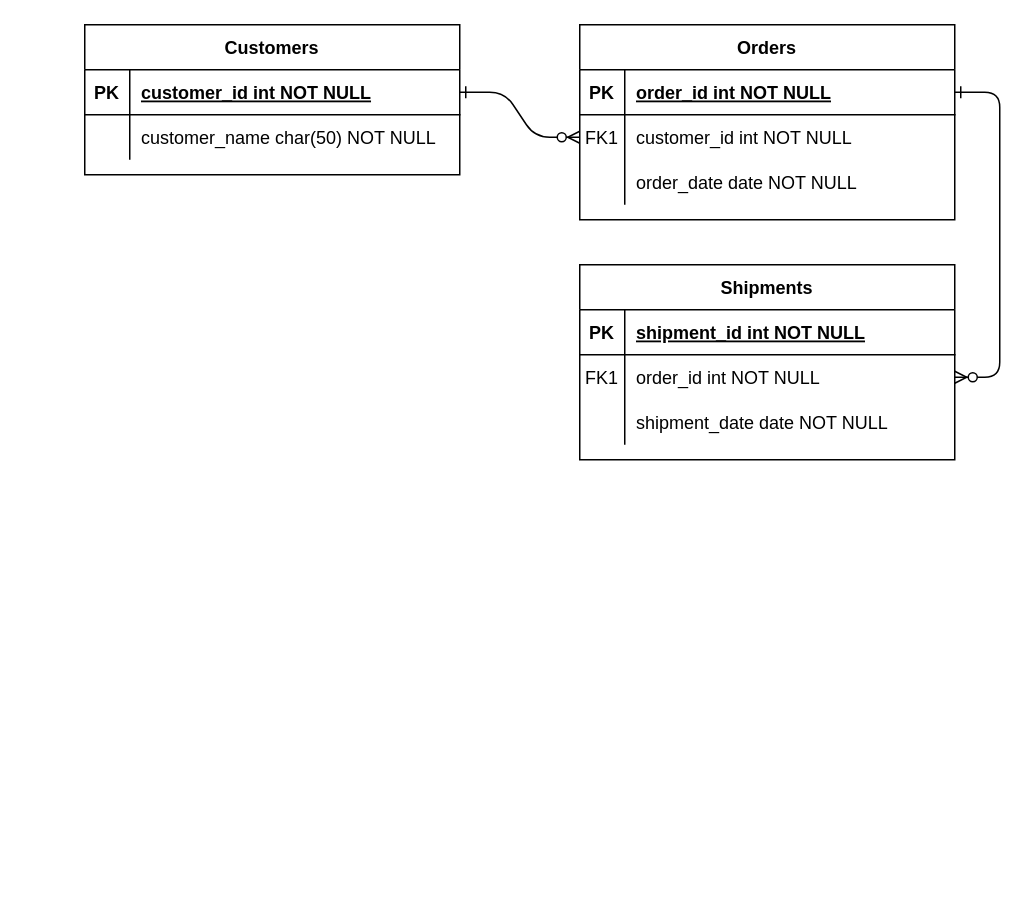
Before: Untitled Diagram.drawio in EquisBrea/ViajesYTurismo, a draw.io diagram. Source tidied: cells renumbered, new cells numbered last; positions are measured from the earlier drawing's top-left corner, leaving out a move shared by most shapes. Both pictures are drawn from the tidied source at 150%, with x=0, y=0 at pixel (84, 24).
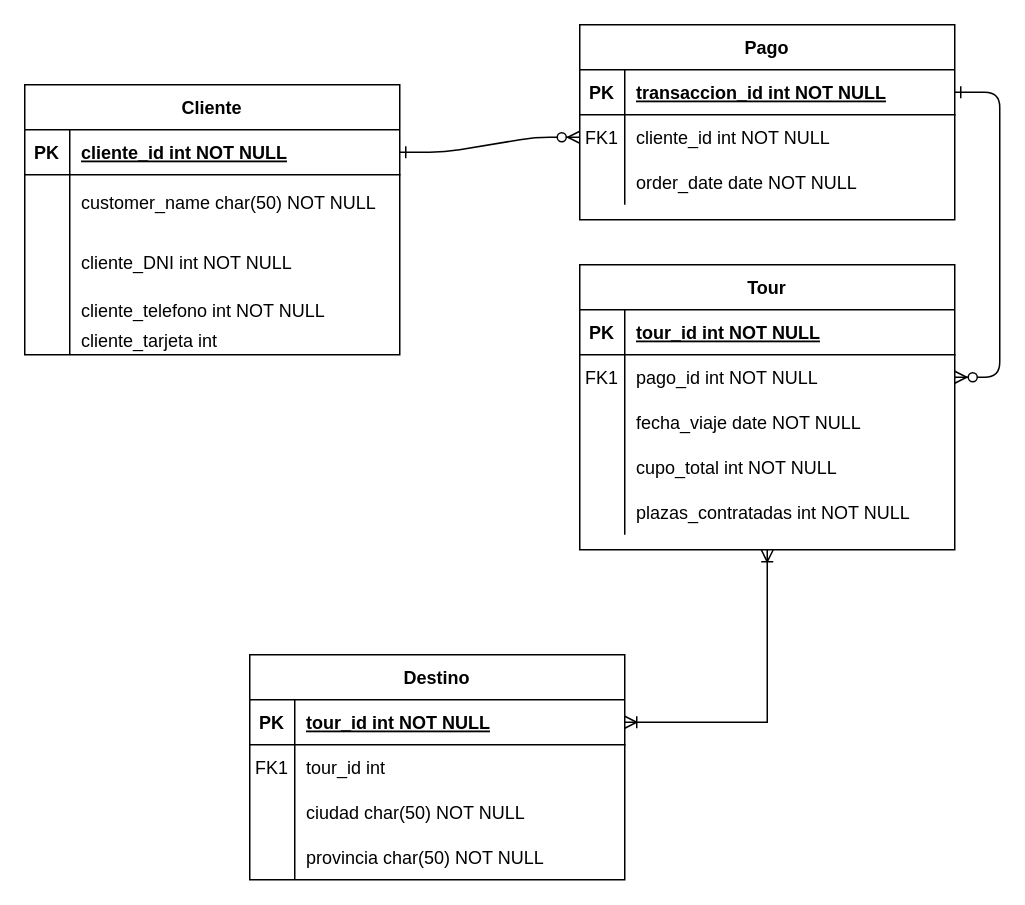
After the change.

Unchanged cells that the change refers to:
```xml
<mxCell id="5" style="shape=partialRectangle;fillColor=none;points=[[0,0.5],[1,0.5]];portConstraint=eastwest;top=0;left=0;right=0;bottom=1;" parent="4" vertex="1">
  <mxGeometry y="30" width="250" height="30" as="geometry" />
</mxCell>
<mxCell id="8" style="shape=partialRectangle;fillColor=none;points=[[0,0.5],[1,0.5]];portConstraint=eastwest;top=0;left=0;right=0;bottom=0;" parent="4" vertex="1">
  <mxGeometry y="60" width="250" height="30" as="geometry" />
</mxCell>
<mxCell id="15" style="shape=partialRectangle;fillColor=none;top=0;left=0;right=0;bottom=1;" parent="14" vertex="1">
  <mxGeometry y="30" width="250" height="30" as="geometry" />
</mxCell>
<mxCell id="18" style="shape=partialRectangle;fillColor=none;points=[[0,0.5],[1,0.5]];portConstraint=eastwest;top=0;left=0;right=0;bottom=0;" parent="14" vertex="1">
  <mxGeometry y="60" width="250" height="30" as="geometry" />
</mxCell>
<mxCell id="21" style="shape=partialRectangle;fillColor=none;points=[[0,0.5],[1,0.5]];portConstraint=eastwest;top=0;left=0;right=0;bottom=0;" parent="14" vertex="1">
  <mxGeometry y="90" width="250" height="30" as="geometry" />
</mxCell>
<mxCell id="25" style="shape=partialRectangle;fillColor=none;points=[[0,0.5],[1,0.5]];portConstraint=eastwest;top=0;left=0;right=0;bottom=1;" parent="24" vertex="1">
  <mxGeometry y="30" width="250" height="30" as="geometry" />
</mxCell>
```

Diff of the diagram source:
```diff
@@
-    <mxCell id="4" value="Orders" style="shape=table;startSize=30;childLayout=tableLayout;rowLines=0;fontStyle=1;align=center;" parent="1" vertex="1">
+    <mxCell id="4" value="Pago" style="shape=table;startSize=30;childLayout=tableLayout;rowLines=0;fontStyle=1;align=center;" parent="1" vertex="1">
       <mxGeometry x="330" width="250" height="130" as="geometry" />
     </mxCell>
@@
-    <mxCell id="7" value="order_id int NOT NULL " style="shape=partialRectangle;overflow=hidden;fillColor=none;top=0;left=0;bottom=0;right=0;align=left;spacingLeft=6;fontStyle=5;" parent="5" vertex="1">
+    <mxCell id="7" value="transaccion_id int NOT NULL " style="shape=partialRectangle;overflow=hidden;fillColor=none;top=0;left=0;bottom=0;right=0;align=left;spacingLeft=6;fontStyle=5;" parent="5" vertex="1">
       <mxGeometry x="30" width="220" height="30" as="geometry" />
     </mxCell>
@@
-    <mxCell id="10" value="customer_id int NOT NULL" style="shape=partialRectangle;overflow=hidden;fillColor=none;top=0;left=0;bottom=0;right=0;align=left;spacingLeft=6;" parent="8" vertex="1">
+    <mxCell id="10" value="cliente_id int NOT NULL" style="shape=partialRectangle;overflow=hidden;fillColor=none;top=0;left=0;bottom=0;right=0;align=left;spacingLeft=6;" parent="8" vertex="1">
       <mxGeometry x="30" width="220" height="30" as="geometry" />
     </mxCell>
@@
+    <mxCell id="31" style="edgeStyle=orthogonalEdgeStyle;rounded=0;jettySize=auto;html=1;endArrow=ERoneToMany;endFill=0;startArrow=ERoneToMany;startFill=0;" parent="1" edge="1" source="14" target="49">
+      <mxGeometry relative="1" as="geometry" />
+    </mxCell>
-    <mxCell id="14" value="Shipments" style="shape=table;startSize=30;childLayout=tableLayout;rowLines=0;fontStyle=1;align=center;" parent="1" vertex="1">
-      <mxGeometry x="330" y="160" width="250" height="130" as="geometry" />
+    <mxCell id="14" value="Tour" style="shape=table;startSize=30;childLayout=tableLayout;rowLines=0;fontStyle=1;align=center;" parent="1" vertex="1">
+      <mxGeometry x="330" y="160" width="250" height="190" as="geometry" />
     </mxCell>
@@
-    <mxCell id="17" value="shipment_id int NOT NULL " style="shape=partialRectangle;overflow=hidden;fillColor=none;top=0;left=0;bottom=0;right=0;align=left;spacingLeft=6;fontStyle=5;" parent="15" vertex="1">
+    <mxCell id="17" value="tour_id int NOT NULL " style="shape=partialRectangle;overflow=hidden;fillColor=none;top=0;left=0;bottom=0;right=0;align=left;spacingLeft=6;fontStyle=5;" parent="15" vertex="1">
       <mxGeometry x="30" width="220" height="30" as="geometry" />
     </mxCell>
@@
-    <mxCell id="20" value="order_id int NOT NULL" style="shape=partialRectangle;overflow=hidden;fillColor=none;top=0;left=0;bottom=0;right=0;align=left;spacingLeft=6;" parent="18" vertex="1">
+    <mxCell id="20" value="pago_id int NOT NULL" style="shape=partialRectangle;overflow=hidden;fillColor=none;top=0;left=0;bottom=0;right=0;align=left;spacingLeft=6;" parent="18" vertex="1">
       <mxGeometry x="30" width="220" height="30" as="geometry" />
     </mxCell>
@@
-    <mxCell id="23" value="shipment_date date NOT NULL" style="shape=partialRectangle;overflow=hidden;fillColor=none;top=0;left=0;bottom=0;right=0;align=left;spacingLeft=6;" parent="21" vertex="1">
+    <mxCell id="23" value="fecha_viaje date NOT NULL" style="shape=partialRectangle;overflow=hidden;fillColor=none;top=0;left=0;bottom=0;right=0;align=left;spacingLeft=6;" parent="21" vertex="1">
       <mxGeometry x="30" width="220" height="30" as="geometry" />
     </mxCell>
+    <mxCell id="32" style="shape=partialRectangle;fillColor=none;top=0;left=0;right=0;bottom=0;" parent="14" vertex="1">
+      <mxGeometry y="120" width="250" height="30" as="geometry" />
+    </mxCell>
+    <mxCell id="33" style="shape=partialRectangle;overflow=hidden;fillColor=none;top=0;left=0;bottom=0;right=0;" parent="32" vertex="1">
+      <mxGeometry width="30" height="30" as="geometry" />
+    </mxCell>
+    <mxCell id="34" value="cupo_total int NOT NULL" style="shape=partialRectangle;overflow=hidden;fillColor=none;top=0;left=0;bottom=0;right=0;align=left;spacingLeft=6;" parent="32" vertex="1">
+      <mxGeometry x="30" width="220" height="30" as="geometry" />
+    </mxCell>
+    <mxCell id="35" style="shape=partialRectangle;fillColor=none;top=0;left=0;right=0;bottom=0;" parent="14" vertex="1">
+      <mxGeometry y="150" width="250" height="30" as="geometry" />
+    </mxCell>
+    <mxCell id="36" style="shape=partialRectangle;overflow=hidden;fillColor=none;top=0;left=0;bottom=0;right=0;" parent="35" vertex="1">
+      <mxGeometry width="30" height="30" as="geometry" />
+    </mxCell>
+    <mxCell id="37" value="plazas_contratadas int NOT NULL" style="shape=partialRectangle;overflow=hidden;fillColor=none;top=0;left=0;bottom=0;right=0;align=left;spacingLeft=6;" parent="35" vertex="1">
+      <mxGeometry x="30" width="220" height="30" as="geometry" />
+    </mxCell>
-    <mxCell id="24" value="Customers" style="shape=table;startSize=30;childLayout=tableLayout;rowLines=0;fontStyle=1;align=center;" parent="1" vertex="1">
-      <mxGeometry width="250" height="100" as="geometry" />
+    <mxCell id="24" value="Cliente" style="shape=table;startSize=30;childLayout=tableLayout;rowLines=0;fontStyle=1;align=center;" parent="1" vertex="1">
+      <mxGeometry x="-40" y="40" width="250" height="180" as="geometry" />
     </mxCell>
@@
-    <mxCell id="27" value="customer_id int NOT NULL " style="shape=partialRectangle;overflow=hidden;fillColor=none;top=0;left=0;bottom=0;right=0;align=left;spacingLeft=6;fontStyle=5;" parent="25" vertex="1">
+    <mxCell id="27" value="cliente_id int NOT NULL " style="shape=partialRectangle;overflow=hidden;fillColor=none;top=0;left=0;bottom=0;right=0;align=left;spacingLeft=6;fontStyle=5;" parent="25" vertex="1">
       <mxGeometry x="30" width="220" height="30" as="geometry" />
     </mxCell>
     <mxCell id="28" style="shape=partialRectangle;fillColor=none;top=0;left=0;right=0;bottom=0;" parent="24" vertex="1">
-      <mxGeometry y="60" width="250" height="30" as="geometry" />
+      <mxGeometry y="60" width="250" height="50" as="geometry" />
     </mxCell>
     <mxCell id="29" style="shape=partialRectangle;overflow=hidden;fillColor=none;top=0;left=0;bottom=0;right=0;" parent="28" vertex="1">
-      <mxGeometry width="30" height="30" as="geometry" />
+      <mxGeometry width="30" height="50" as="geometry" />
     </mxCell>
-    <mxCell id="30" value="customer_name char(50) NOT NULL" style="shape=partialRectangle;overflow=hidden;fillColor=none;top=0;left=0;bottom=0;right=0;align=left;spacingLeft=6;" parent="28" vertex="1">
-      <mxGeometry x="30" width="220" height="30" as="geometry" />
+    <mxCell id="30" value="customer_name char(50) NOT NULL&#10;" style="shape=partialRectangle;overflow=hidden;fillColor=none;top=0;left=0;bottom=0;right=0;align=left;spacingLeft=6;" parent="28" vertex="1">
+      <mxGeometry x="30" width="220" height="50" as="geometry" />
     </mxCell>
+    <mxCell id="38" style="shape=partialRectangle;fillColor=none;top=0;left=0;right=0;bottom=0;" parent="24" vertex="1">
+      <mxGeometry y="110" width="250" height="30" as="geometry" />
+    </mxCell>
+    <mxCell id="39" style="shape=partialRectangle;overflow=hidden;fillColor=none;top=0;left=0;bottom=0;right=0;" parent="38" vertex="1">
+      <mxGeometry width="30" height="30" as="geometry" />
+    </mxCell>
+    <mxCell id="40" value="cliente_DNI int NOT NULL&#10;" style="shape=partialRectangle;overflow=hidden;fillColor=none;top=0;left=0;bottom=0;right=0;align=left;spacingLeft=6;" parent="38" vertex="1">
+      <mxGeometry x="30" width="220" height="30" as="geometry" />
+    </mxCell>
+    <mxCell id="41" style="shape=partialRectangle;fillColor=none;top=0;left=0;right=0;bottom=0;" parent="24" vertex="1">
+      <mxGeometry y="140" width="250" height="20" as="geometry" />
+    </mxCell>
+    <mxCell id="42" style="shape=partialRectangle;overflow=hidden;fillColor=none;top=0;left=0;bottom=0;right=0;" parent="41" vertex="1">
+      <mxGeometry width="30" height="20" as="geometry" />
+    </mxCell>
+    <mxCell id="43" value="cliente_telefono int NOT NULL" style="shape=partialRectangle;overflow=hidden;fillColor=none;top=0;left=0;bottom=0;right=0;align=left;spacingLeft=6;" parent="41" vertex="1">
+      <mxGeometry x="30" width="220" height="20" as="geometry" />
+    </mxCell>
+    <mxCell id="44" style="shape=partialRectangle;fillColor=none;top=0;left=0;right=0;bottom=0;" parent="24" vertex="1">
+      <mxGeometry y="160" width="250" height="20" as="geometry" />
+    </mxCell>
+    <mxCell id="45" style="shape=partialRectangle;overflow=hidden;fillColor=none;top=0;left=0;bottom=0;right=0;" parent="44" vertex="1">
+      <mxGeometry width="30" height="20" as="geometry" />
+    </mxCell>
+    <mxCell id="46" value="cliente_tarjeta int" style="shape=partialRectangle;overflow=hidden;fillColor=none;top=0;left=0;bottom=0;right=0;align=left;spacingLeft=6;" parent="44" vertex="1">
+      <mxGeometry x="30" width="220" height="20" as="geometry" />
+    </mxCell>
+    <mxCell id="47" style="edgeStyle=orthogonalEdgeStyle;rounded=0;jettySize=auto;html=1;strokeColor=none;endArrow=ERmany;endFill=0;" parent="1" edge="1" source="48" target="21">
+      <mxGeometry relative="1" as="geometry" />
+    </mxCell>
+    <mxCell id="48" value="Destino" style="shape=table;startSize=30;childLayout=tableLayout;rowLines=0;fontStyle=1;align=center;" parent="1" vertex="1">
+      <mxGeometry x="110" y="420" width="250" height="150" as="geometry" />
+    </mxCell>
+    <mxCell id="49" style="shape=partialRectangle;fillColor=none;points=[[0,0.5],[1,0.5]];portConstraint=eastwest;top=0;left=0;right=0;bottom=1;" parent="48" vertex="1">
+      <mxGeometry y="30" width="250" height="30" as="geometry" />
+    </mxCell>
+    <mxCell id="50" value="PK" style="shape=partialRectangle;overflow=hidden;fillColor=none;top=0;left=0;bottom=0;right=0;fontStyle=1;" parent="49" vertex="1">
+      <mxGeometry width="30" height="30" as="geometry" />
+    </mxCell>
+    <mxCell id="51" value="tour_id int NOT NULL " style="shape=partialRectangle;overflow=hidden;fillColor=none;top=0;left=0;bottom=0;right=0;align=left;spacingLeft=6;fontStyle=5;" parent="49" vertex="1">
+      <mxGeometry x="30" width="220" height="30" as="geometry" />
+    </mxCell>
+    <mxCell id="52" style="shape=partialRectangle;fillColor=none;top=0;left=0;right=0;bottom=0;" parent="48" vertex="1">
+      <mxGeometry y="60" width="250" height="30" as="geometry" />
+    </mxCell>
+    <mxCell id="53" value="FK1" style="shape=partialRectangle;overflow=hidden;fillColor=none;top=0;left=0;bottom=0;right=0;" parent="52" vertex="1">
+      <mxGeometry width="30" height="30" as="geometry" />
+    </mxCell>
+    <mxCell id="54" value="tour_id int" style="shape=partialRectangle;overflow=hidden;fillColor=none;top=0;left=0;bottom=0;right=0;align=left;spacingLeft=6;" parent="52" vertex="1">
+      <mxGeometry x="30" width="220" height="30" as="geometry" />
+    </mxCell>
+    <mxCell id="55" style="shape=partialRectangle;fillColor=none;top=0;left=0;right=0;bottom=0;" parent="48" vertex="1">
+      <mxGeometry y="90" width="250" height="30" as="geometry" />
+    </mxCell>
+    <mxCell id="56" style="shape=partialRectangle;overflow=hidden;fillColor=none;top=0;left=0;bottom=0;right=0;" parent="55" vertex="1">
+      <mxGeometry width="30" height="30" as="geometry" />
+    </mxCell>
+    <mxCell id="57" value="ciudad char(50) NOT NULL" style="shape=partialRectangle;overflow=hidden;fillColor=none;top=0;left=0;bottom=0;right=0;align=left;spacingLeft=6;" parent="55" vertex="1">
+      <mxGeometry x="30" width="220" height="30" as="geometry" />
+    </mxCell>
+    <mxCell id="58" style="shape=partialRectangle;fillColor=none;top=0;left=0;right=0;bottom=0;" parent="48" vertex="1">
+      <mxGeometry y="120" width="250" height="30" as="geometry" />
+    </mxCell>
+    <mxCell id="59" style="shape=partialRectangle;overflow=hidden;fillColor=none;top=0;left=0;bottom=0;right=0;" parent="58" vertex="1">
+      <mxGeometry width="30" height="30" as="geometry" />
+    </mxCell>
+    <mxCell id="60" value="provincia char(50) NOT NULL" style="shape=partialRectangle;overflow=hidden;fillColor=none;top=0;left=0;bottom=0;right=0;align=left;spacingLeft=6;" parent="58" vertex="1">
+      <mxGeometry x="30" width="220" height="30" as="geometry" />
+    </mxCell>
```
